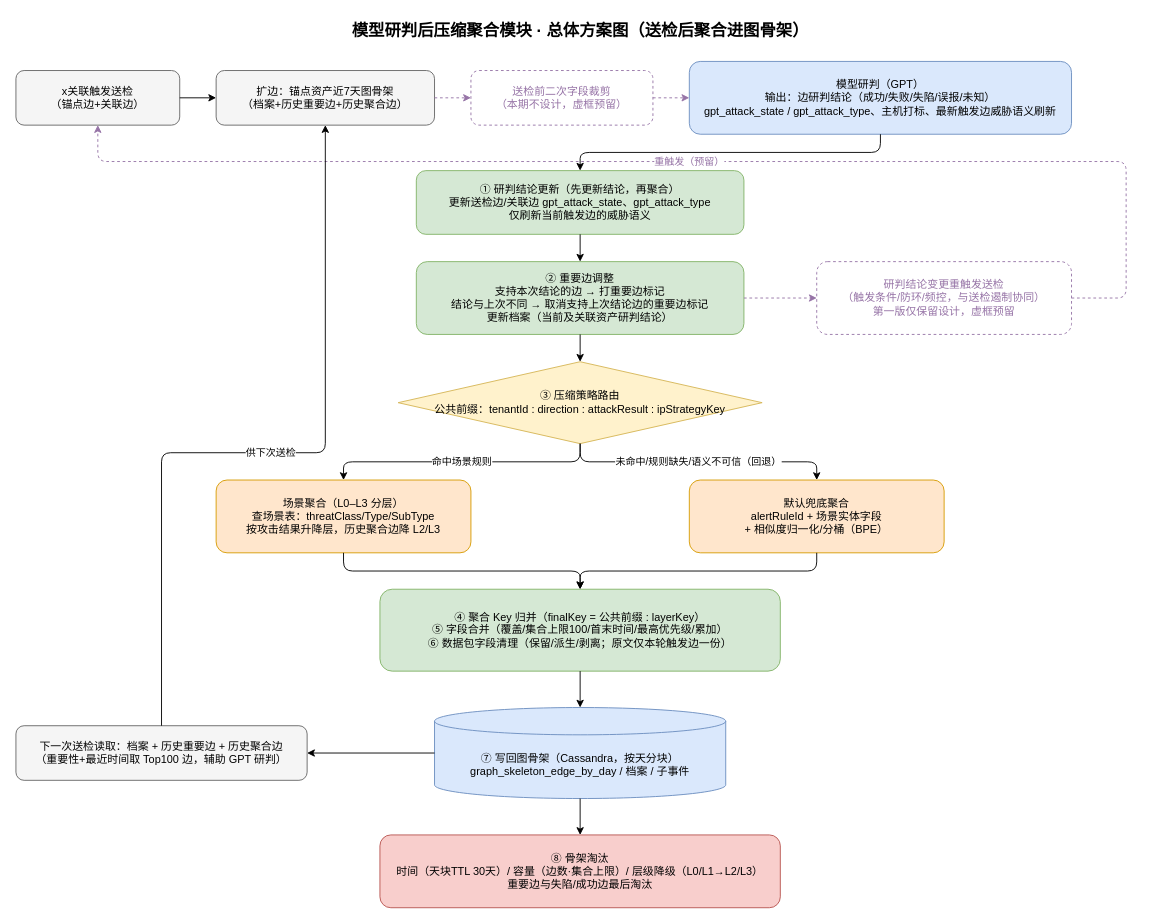
The draw.io diagram page "1-总体方案图" (1 of 5) of x-graph2.drawio in lyc1562512693/lyc, before the edit. Source tidied: cells renumbered, new cells numbered last; positions are measured from the earlier drawing's top-left corner, leaving out a move shared by most shapes. Both pictures are drawn from the tidied source at 91%, with x=0, y=0 at pixel (15, 15).
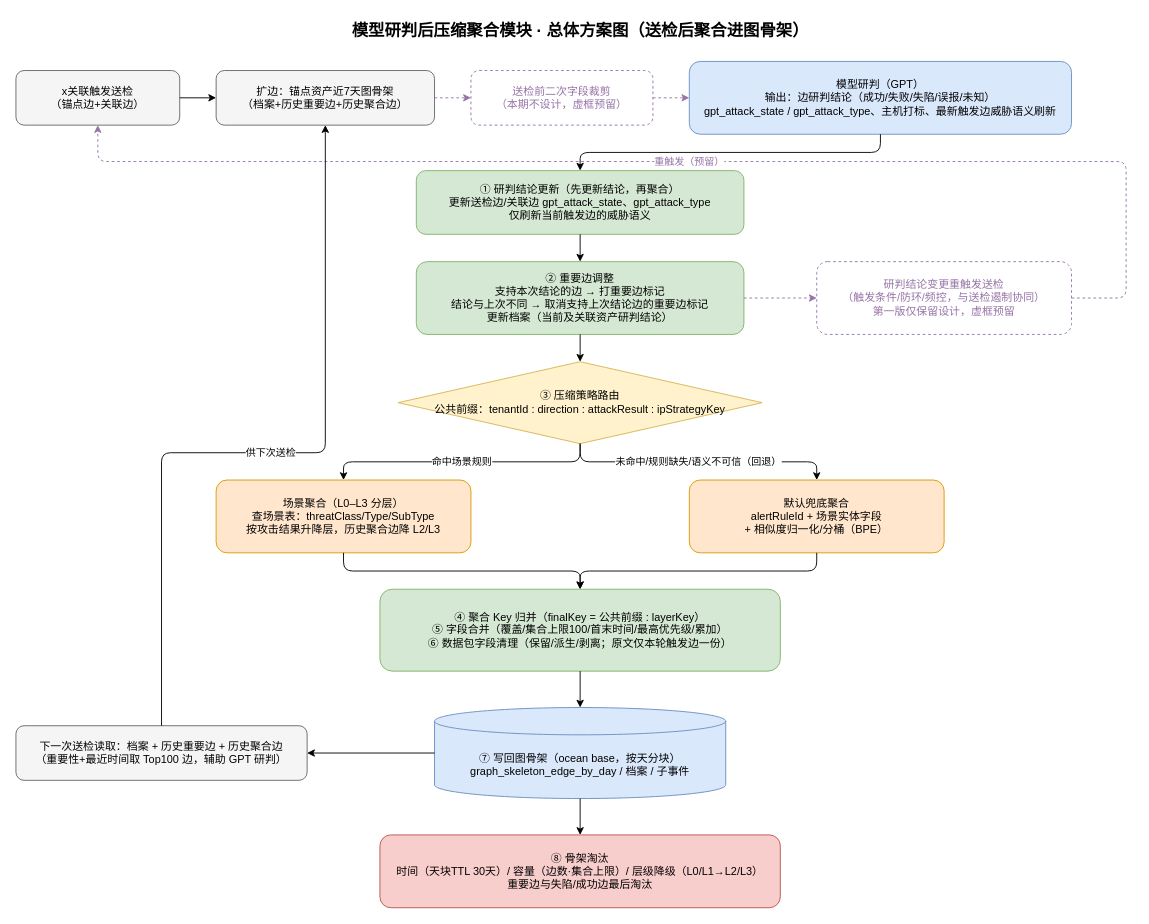
The same diagram, later.

Diff of the diagram source:
```diff
@@
-    <mxCell id="14" value="⑦ 写回图骨架（Cassandra，按天分块）&#10;graph_skeleton_edge_by_day / 档案 / 子事件" style="shape=cylinder3;whiteSpace=wrap;html=1;boundedLbl=1;backgroundOutline=1;size=15;fillColor=#dae8fc;strokeColor=#6c8ebf;" parent="1" vertex="1">
+    <mxCell id="14" value="⑦ 写回图骨架（ocean base，按天分块）&lt;br&gt;graph_skeleton_edge_by_day / 档案 / 子事件" style="shape=cylinder3;whiteSpace=wrap;html=1;boundedLbl=1;backgroundOutline=1;size=15;fillColor=#dae8fc;strokeColor=#6c8ebf;" parent="1" vertex="1">
       <mxGeometry x="460" y="760" width="320" height="100" as="geometry" />
     </mxCell>
```
